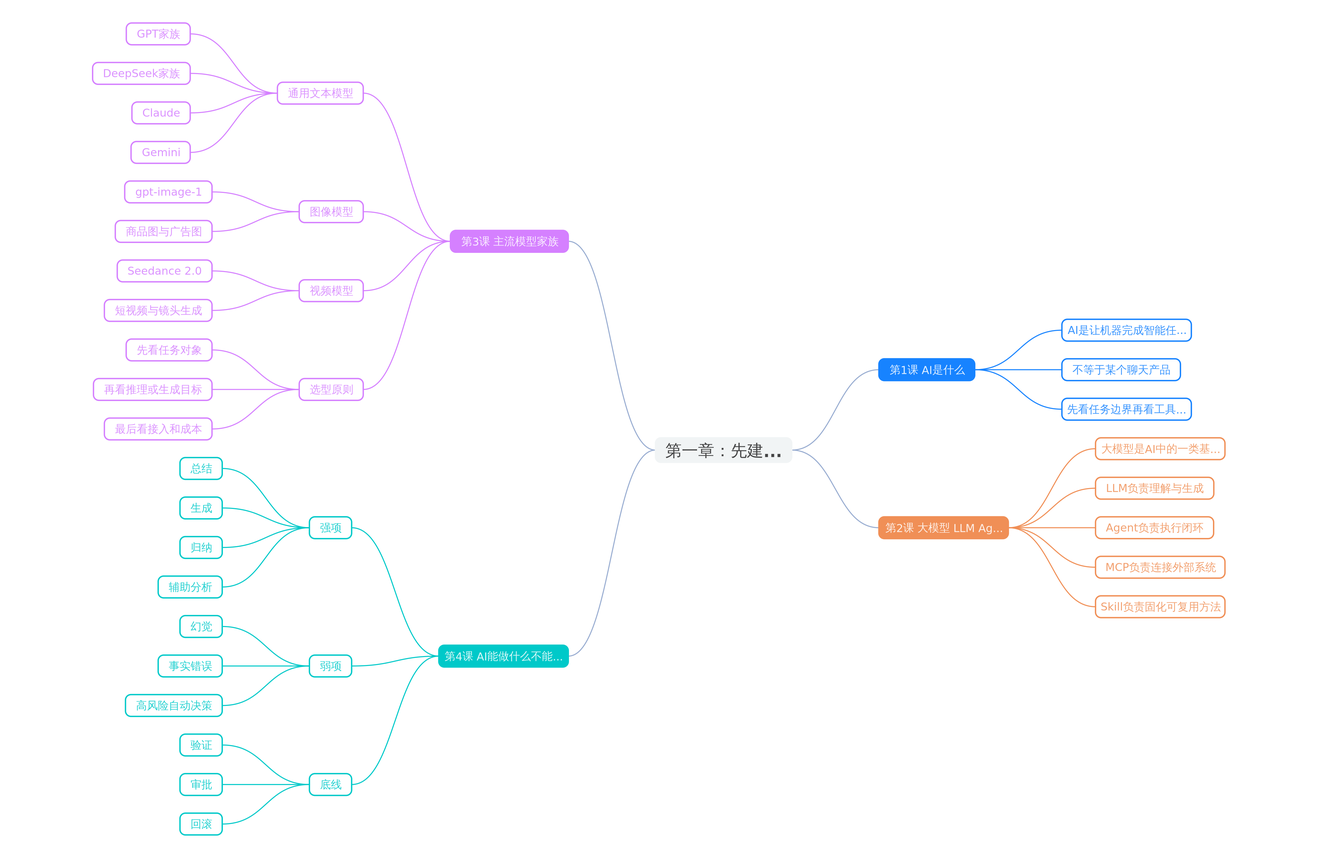
Above: chapter-01-cognition-mindmap.png in locooooooooo/ai-beginner-course (Mermaid), before the change. Its source is kept beside it as chapter-01-cognition-mindmap.mmd.
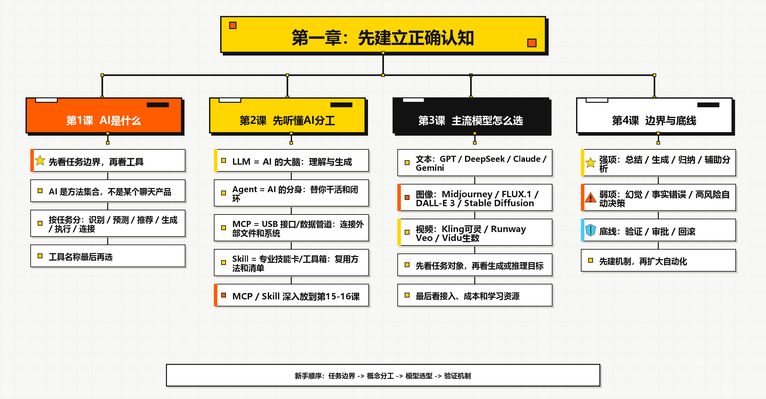
The same diagram one commit later.

Commit message:
Iterate chapter 1 cognition mindmap

Diff of the diagram source:
```diff
@@ -1,42 +1,54 @@
 mindmap
   root((第一章：先建立正确认知))
     第1课 AI是什么
+      ⭐ 先看任务边界
+        识别 预测 推荐 生成 执行 连接
       AI是让机器完成智能任务的方法集合
       不等于某个聊天产品
-      先看任务边界再看工具名称
-    第2课 大模型 LLM Agent MCP Skill
-      大模型是AI中的一类基础模型
-      LLM负责理解与生成
-      Agent负责执行闭环
-      MCP负责连接外部系统
-      Skill负责固化可复用方法
-    第3课 主流模型家族
-      通用文本模型
-        GPT家族
-        DeepSeek家族
+      工具名称最后再选
+    第2课 先听懂AI分工
+      LLM是AI的大脑
+        负责理解与生成
+      Agent是AI的分身
+        负责替你干活和闭环
+      MCP是USB接口/数据管道
+        先知道它能连接外部文件和系统
+        深入放到第15课
+      Skill是专业技能卡/工具箱
+        先知道它能复用方法和清单
+        深入放到第16课
+    第3课 主流模型怎么选
+      文本与推理模型
+        GPT
+        DeepSeek
         Claude
         Gemini
       图像模型
-        gpt-image-1
-        商品图与广告图
+        Midjourney
+        FLUX.1
+        DALL-E 3
+        Stable Diffusion
       视频模型
-        Seedance 2.0
-        短视频与镜头生成
+        Kling 可灵
+        Runway
+        Veo
+        Vidu 生数
       选型原则
         先看任务对象
         再看推理或生成目标
-        最后看接入和成本
+        最后看接入 成本 学习资源
     第4课 AI能做什么不能做什么
-      强项
+      🌟 强项
         总结
         生成
         归纳
         辅助分析
-      弱项
+      ⚠️ 弱项
         幻觉
         事实错误
         高风险自动决策
-      底线
+      🛡️ 底线
         验证
         审批
         回滚
+      先建机制再扩大自动化
```
